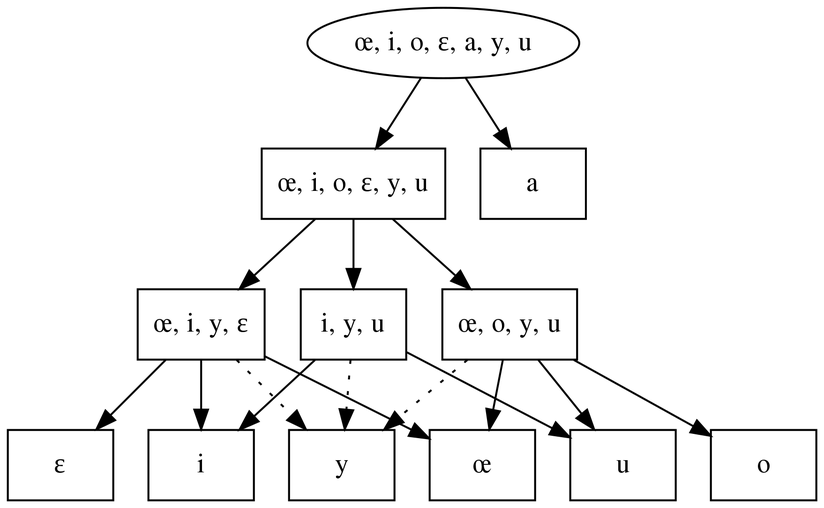
Earlier version of the Graphviz export squib/diagrams/vowel_inventory_base.png (rdaland/Pheatures). Its source is kept beside it as squib/diagrams/vowel_inventory_base.gv. Its diagram source:
```dot
digraph {
	graph [ dpi = 300 ];
	0 [label="œ, i, o, ɛ, y, u",shape=box]
	1 [label="œ, i, y, ɛ",shape=box]
	2 [label="œ, o, y, u",shape=box]
	3 [label="i, y, u",shape=box]
	4 [label="i",shape=box]
	5 [label="y",shape=box]
	6 [label="u",shape=box]
	7 [label="ɛ",shape=box]
	8 [label="œ",shape=box]
	9 [label="o",shape=box]
	10 [label="a",shape=box]
	11 [label="œ, i, o, ɛ, a, y, u"]
	0 -> 1 []
	0 -> 2 []
	0 -> 3 []
	1 -> 4 []
	1 -> 5 [style=dotted]
	1 -> 7 []
	1 -> 8 []
	2 -> 5 [style=dotted]
	2 -> 6 []
	2 -> 8 []
	2 -> 9 []
	3 -> 4 []
	3 -> 5 [style=dotted]
	3 -> 6 []
	11 -> 0 []
	11 -> 10 []
}
```
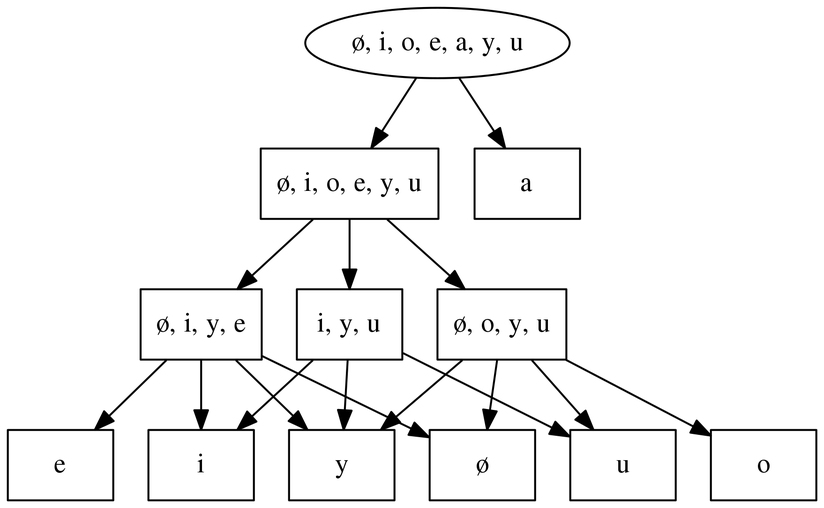
After the change.

What changed in the source:
```diff
@@ -1,30 +1,30 @@
 digraph {
 	graph [ dpi = 300 ];
-	0 [label="œ, i, o, ɛ, y, u",shape=box]
-	1 [label="œ, i, y, ɛ",shape=box]
-	2 [label="œ, o, y, u",shape=box]
+	0 [label="ø, i, o, e, y, u",shape=box]
+	1 [label="ø, i, y, e",shape=box]
+	2 [label="ø, o, y, u",shape=box]
 	3 [label="i, y, u",shape=box]
 	4 [label="i",shape=box]
 	5 [label="y",shape=box]
 	6 [label="u",shape=box]
-	7 [label="ɛ",shape=box]
-	8 [label="œ",shape=box]
+	7 [label="e",shape=box]
+	8 [label="ø",shape=box]
 	9 [label="o",shape=box]
 	10 [label="a",shape=box]
-	11 [label="œ, i, o, ɛ, a, y, u"]
+	11 [label="ø, i, o, e, a, y, u"]
 	0 -> 1 []
 	0 -> 2 []
 	0 -> 3 []
 	1 -> 4 []
-	1 -> 5 [style=dotted]
+	1 -> 5 []
 	1 -> 7 []
 	1 -> 8 []
-	2 -> 5 [style=dotted]
+	2 -> 5 []
 	2 -> 6 []
 	2 -> 8 []
 	2 -> 9 []
 	3 -> 4 []
-	3 -> 5 [style=dotted]
+	3 -> 5 []
 	3 -> 6 []
 	11 -> 0 []
 	11 -> 10 []
```
